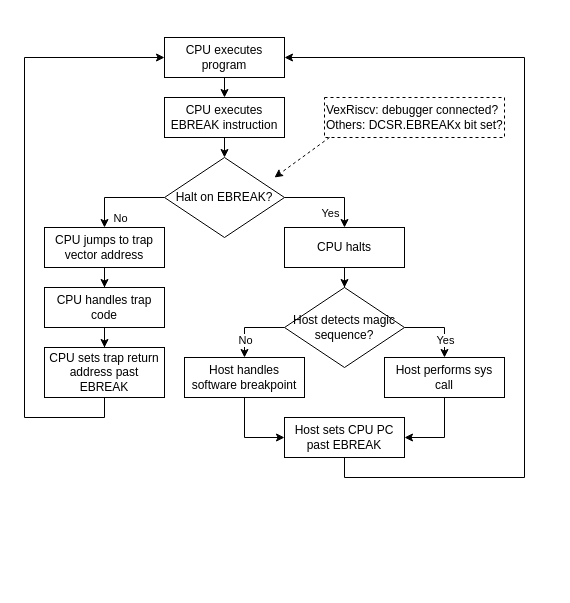
Before: page "EBREAK_handling_flow_with_recovery" (3 of 3) of assets/semihosting/Semihosting.drawio in tomverbeure/tomverbeure.github.io, a draw.io diagram. Source tidied: cells renumbered, new cells numbered last; positions are measured from the earlier drawing's top-left corner, leaving out a move shared by most shapes. Both pictures are drawn from the tidied source at 100%, with x=0, y=0 at pixel (24, 37).
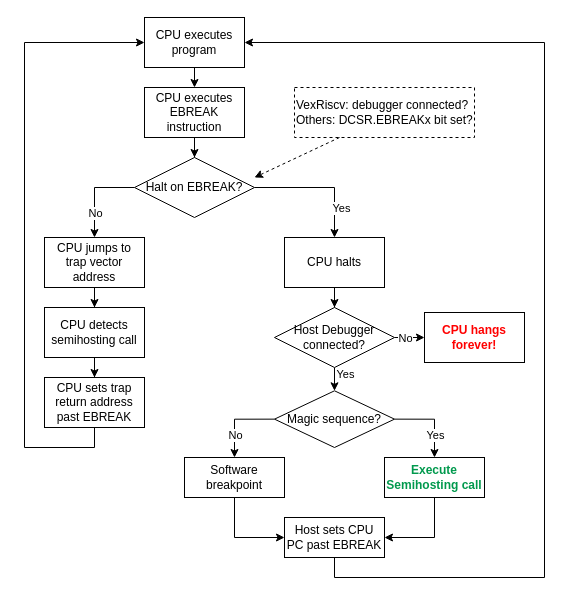
Above is the later version.

Commit message (it also covers changes not shown here):
CPU trap vs hang.

The change refers to these unchanged cells:
```xml
<mxCell id="8" style="edgeStyle=orthogonalEdgeStyle;rounded=0;jettySize=auto;html=1;entryX=0.5;entryY=0;entryDx=0;entryDy=0;exitX=1;exitY=0.5;exitDx=0;exitDy=0;" parent="1" edge="1" source="10" target="14">
  <mxGeometry relative="1" as="geometry" />
</mxCell>
```

Diff of the diagram source:
```diff
@@
     <mxCell id="2" value="CPU executes program" style="rounded=0;whiteSpace=wrap;html=1;" parent="1" vertex="1">
-      <mxGeometry x="140" width="120" height="40" as="geometry" />
+      <mxGeometry x="120" y="-20" width="100" height="50" as="geometry" />
     </mxCell>
+    <mxCell id="5" style="edgeStyle=orthogonalEdgeStyle;rounded=0;jettySize=auto;html=1;" parent="1" edge="1" source="3" target="10">
+      <mxGeometry relative="1" as="geometry" />
+    </mxCell>
     <mxCell id="3" value="CPU executes EBREAK instruction" style="rounded=0;whiteSpace=wrap;html=1;" parent="1" vertex="1">
-      <mxGeometry x="140" y="60" width="120" height="40" as="geometry" />
+      <mxGeometry x="120" y="50" width="100" height="50" as="geometry" />
     </mxCell>
@@
-    <mxCell id="5" style="endArrow=classic;html=1;entryX=0.5;entryY=0;entryDx=0;entryDy=0;exitX=0.5;exitY=1;exitDx=0;exitDy=0;" parent="1" edge="1" source="3" target="10">
-      <mxGeometry relative="1" as="geometry" />
-    </mxCell>
@@
     <mxCell id="9" value="Yes" style="edgeLabel;html=1;align=center;verticalAlign=middle;" parent="8" vertex="1">
       <mxGeometry x="0.04" y="2" relative="1" as="geometry">
-        <mxPoint x="-2" y="17" as="offset" />
+        <mxPoint x="18" y="22" as="offset" />
       </mxGeometry>
     </mxCell>
     <mxCell id="10" value="Halt on EBREAK?" style="rhombus;whiteSpace=wrap;html=1;" parent="1" vertex="1">
-      <mxGeometry x="140" y="120" width="120" height="80" as="geometry" />
+      <mxGeometry x="110" y="120" width="120" height="60" as="geometry" />
     </mxCell>
@@
     <mxCell id="12" value="CPU jumps to trap vector address" style="rounded=0;whiteSpace=wrap;html=1;" parent="1" vertex="1">
-      <mxGeometry x="20" y="190" width="120" height="40" as="geometry" />
+      <mxGeometry x="20" y="200" width="100" height="50" as="geometry" />
     </mxCell>
-    <mxCell id="13" style="edgeStyle=orthogonalEdgeStyle;rounded=0;jettySize=auto;html=1;entryX=0.5;entryY=0;entryDx=0;entryDy=0;" parent="1" edge="1" source="14" target="19">
-      <mxGeometry relative="1" as="geometry" />
-    </mxCell>
+    <mxCell id="32" style="edgeStyle=orthogonalEdgeStyle;rounded=0;jettySize=auto;html=1;" parent="1" edge="1" source="14" target="37">
+      <mxGeometry relative="1" as="geometry" />
+    </mxCell>
     <mxCell id="14" value="CPU halts" style="rounded=0;whiteSpace=wrap;html=1;" parent="1" vertex="1">
-      <mxGeometry x="260" y="190" width="120" height="40" as="geometry" />
+      <mxGeometry x="260" y="200" width="100" height="50" as="geometry" />
     </mxCell>
@@
-    <mxCell id="19" value="Host detects magic sequence?" style="rhombus;whiteSpace=wrap;html=1;" parent="1" vertex="1">
-      <mxGeometry x="260" y="250" width="120" height="80" as="geometry" />
+    <mxCell id="19" value="Magic sequence?" style="rhombus;whiteSpace=wrap;html=1;" parent="1" vertex="1">
+      <mxGeometry x="250" y="353.3" width="120" height="56.7" as="geometry" />
     </mxCell>
@@
-    <mxCell id="21" value="Host performs sys call" style="rounded=0;whiteSpace=wrap;html=1;" parent="1" vertex="1">
-      <mxGeometry x="360" y="320" width="120" height="40" as="geometry" />
+    <mxCell id="21" value="&lt;b&gt;&lt;font color=&quot;#00994d&quot;&gt;Execute Semihosting call&lt;/font&gt;&lt;/b&gt;" style="rounded=0;whiteSpace=wrap;html=1;" parent="1" vertex="1">
+      <mxGeometry x="360" y="420" width="100" height="40" as="geometry" />
     </mxCell>
@@
-    <mxCell id="23" value="Host handles software breakpoint" style="rounded=0;whiteSpace=wrap;html=1;" parent="1" vertex="1">
-      <mxGeometry x="160" y="320" width="120" height="40" as="geometry" />
+    <mxCell id="23" value="Software breakpoint" style="rounded=0;whiteSpace=wrap;html=1;" parent="1" vertex="1">
+      <mxGeometry x="160" y="420" width="100" height="40" as="geometry" />
     </mxCell>
-    <mxCell id="24" style="edgeStyle=orthogonalEdgeStyle;rounded=0;jettySize=auto;html=1;entryX=1;entryY=0.5;entryDx=0;entryDy=0;" parent="1" edge="1" source="25" target="2">
+    <mxCell id="24" style="edgeStyle=orthogonalEdgeStyle;rounded=0;jettySize=auto;html=1;entryX=1;entryY=0.5;entryDx=0;entryDy=0;exitX=0.5;exitY=1;exitDx=0;exitDy=0;" parent="1" edge="1" source="25" target="2">
       <mxGeometry relative="1" as="geometry">
         <Array as="points">
-          <mxPoint x="320" y="440" />
-          <mxPoint x="500" y="440" />
-          <mxPoint x="500" y="20" />
+          <mxPoint x="310" y="540" />
+          <mxPoint x="520" y="540" />
+          <mxPoint x="520" y="5" />
         </Array>
       </mxGeometry>
     </mxCell>
     <mxCell id="25" value="Host sets CPU PC past EBREAK" style="rounded=0;whiteSpace=wrap;html=1;" parent="1" vertex="1">
-      <mxGeometry x="260" y="380" width="120" height="40" as="geometry" />
+      <mxGeometry x="260" y="480" width="100" height="40" as="geometry" />
     </mxCell>
@@
-    <mxCell id="27" value="CPU handles trap code" style="rounded=0;whiteSpace=wrap;html=1;" parent="1" vertex="1">
-      <mxGeometry x="20" y="250" width="120" height="40" as="geometry" />
+    <mxCell id="27" value="CPU detects semihosting call" style="rounded=0;whiteSpace=wrap;html=1;" parent="1" vertex="1">
+      <mxGeometry x="20" y="270" width="100" height="50" as="geometry" />
     </mxCell>
     <mxCell id="28" style="edgeStyle=orthogonalEdgeStyle;rounded=0;jettySize=auto;html=1;entryX=0;entryY=0.5;entryDx=0;entryDy=0;" parent="1" edge="1" source="29" target="2">
       <mxGeometry relative="1" as="geometry">
         <Array as="points">
-          <mxPoint x="80" y="380" />
-          <mxPoint y="380" />
-          <mxPoint y="20" />
+          <mxPoint x="70" y="410" />
+          <mxPoint y="410" />
+          <mxPoint y="5" />
         </Array>
       </mxGeometry>
     </mxCell>
     <mxCell id="29" value="CPU sets trap return address past EBREAK" style="rounded=0;whiteSpace=wrap;html=1;" parent="1" vertex="1">
-      <mxGeometry x="20" y="310" width="120" height="50" as="geometry" />
+      <mxGeometry x="20" y="340" width="100" height="50" as="geometry" />
     </mxCell>
     <mxCell id="30" value="VexRiscv: debugger connected?&lt;br&gt;Others: DCSR.EBREAKx bit set?" style="text;html=1;fillColor=none;align=left;verticalAlign=middle;whiteSpace=wrap;rounded=0;strokeColor=#000000;dashed=1;" parent="1" vertex="1">
-      <mxGeometry x="300" y="60" width="180" height="40" as="geometry" />
+      <mxGeometry x="270" y="50" width="180" height="50" as="geometry" />
     </mxCell>
-    <mxCell id="31" style="endArrow=classic;html=1;dashed=1;" parent="1" edge="1">
+    <mxCell id="31" style="endArrow=classic;html=1;dashed=1;exitX=0.25;exitY=1;exitDx=0;exitDy=0;" parent="1" edge="1" source="30">
       <mxGeometry relative="1" as="geometry">
-        <mxPoint x="305" y="100" as="sourcePoint" />
-        <mxPoint x="250" y="140" as="targetPoint" />
+        <mxPoint x="230" y="140" as="targetPoint" />
       </mxGeometry>
     </mxCell>
+    <mxCell id="33" style="edgeStyle=orthogonalEdgeStyle;rounded=0;jettySize=auto;html=1;" parent="1" edge="1" source="37" target="19">
+      <mxGeometry relative="1" as="geometry" />
+    </mxCell>
+    <mxCell id="34" value="Yes" style="edgeLabel;html=1;align=center;verticalAlign=middle;" parent="33" vertex="1">
+      <mxGeometry x="-0.78" y="1" relative="1" as="geometry">
+        <mxPoint x="9" as="offset" />
+      </mxGeometry>
+    </mxCell>
+    <mxCell id="35" style="edgeStyle=orthogonalEdgeStyle;rounded=0;jettySize=auto;html=1;" parent="1" edge="1" source="37" target="38">
+      <mxGeometry relative="1" as="geometry" />
+    </mxCell>
+    <mxCell id="36" value="No" style="edgeLabel;html=1;align=center;verticalAlign=middle;" parent="35" vertex="1">
+      <mxGeometry x="0.27" relative="1" as="geometry">
+        <mxPoint x="-2" as="offset" />
+      </mxGeometry>
+    </mxCell>
+    <mxCell id="37" value="Host Debugger connected?" style="rhombus;whiteSpace=wrap;html=1;" parent="1" vertex="1">
+      <mxGeometry x="250" y="270" width="120" height="60" as="geometry" />
+    </mxCell>
+    <mxCell id="38" value="&lt;b&gt;&lt;font color=&quot;#ff0000&quot;&gt;CPU hangs forever!&lt;/font&gt;&lt;/b&gt;" style="rounded=0;whiteSpace=wrap;html=1;" parent="1" vertex="1">
+      <mxGeometry x="400" y="275" width="100" height="50" as="geometry" />
+    </mxCell>
```
